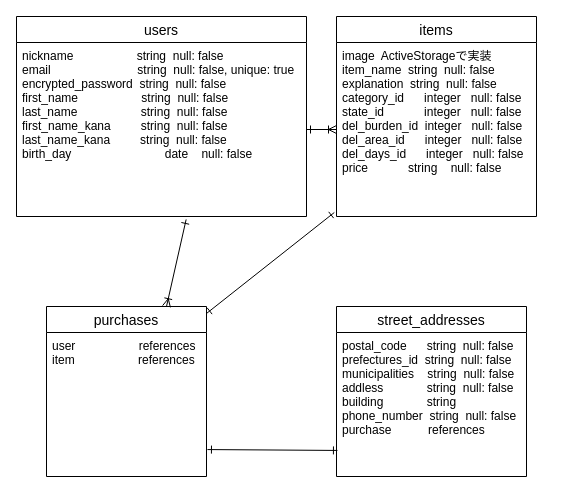
Earlier version of the draw.io diagram er.dio (jun8100359/furima-33532). Source tidied: cells renumbered, new cells numbered last; positions are measured from the earlier drawing's top-left corner, leaving out a move shared by most shapes. Both pictures are drawn from the tidied source at 100%, with x=0, y=0 at pixel (16, 16).
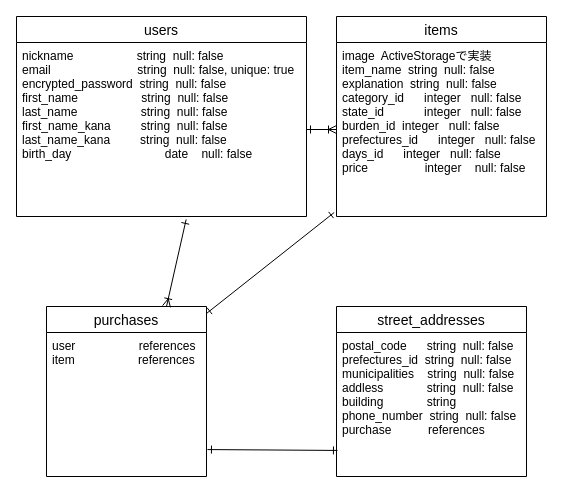
Above is the later version.

The edit, as a diff of the source:
```diff
@@
 <mxGraphModel>
   <root>
     <mxCell id="0" />
     <mxCell id="1" parent="0" />
     <mxCell id="2" value="users" style="swimlane;fontStyle=0;horizontal=1;startSize=26;align=center;fontSize=14;" parent="1" vertex="1">
       <mxGeometry width="290" height="200" as="geometry" />
     </mxCell>
     <mxCell id="3" value="nickname                   string  null: false&#10;email                          string  null: false, unique: true&#10;encrypted_password  string  null: false&#10;first_name                   string  null: false&#10;last_name                   string  null: false&#10;first_name_kana         string  null: false&#10;last_name_kana         string  null: false&#10;birth_day                            date    null: false&#10;" style="text;strokeColor=none;fillColor=none;spacingLeft=4;spacingRight=4;overflow=hidden;points=[[0,0.5],[1,0.5]];portConstraint=eastwest;fontSize=12;" parent="2" vertex="1">
       <mxGeometry y="26" width="290" height="174" as="geometry" />
     </mxCell>
     <mxCell id="4" value="items" style="swimlane;fontStyle=0;horizontal=1;startSize=26;align=center;fontSize=14;" parent="1" vertex="1">
-      <mxGeometry x="320" width="200" height="200" as="geometry" />
+      <mxGeometry x="320" width="210" height="200" as="geometry" />
     </mxCell>
-    <mxCell id="5" value="image  ActiveStorageで実装&#10;item_name  string  null: false&#10;explanation  string  null: false&#10;category_id      integer   null: false&#10;state_id            integer   null: false&#10;del_burden_id  integer   null: false&#10;del_area_id      integer   null: false&#10;del_days_id      integer   null: false&#10;price            string    null: false" style="text;strokeColor=none;fillColor=none;spacingLeft=4;spacingRight=4;overflow=hidden;points=[[0,0.5],[1,0.5]];portConstraint=eastwest;fontSize=12;" parent="4" vertex="1">
-      <mxGeometry y="26" width="200" height="174" as="geometry" />
+    <mxCell id="5" value="image  ActiveStorageで実装&#10;item_name  string  null: false&#10;explanation  string  null: false&#10;category_id      integer   null: false&#10;state_id            integer   null: false&#10;burden_id  integer   null: false&#10;prefectures_id      integer   null: false&#10;days_id      integer   null: false&#10;price                 integer    null: false" style="text;strokeColor=none;fillColor=none;spacingLeft=4;spacingRight=4;overflow=hidden;points=[[0,0.5],[1,0.5]];portConstraint=eastwest;fontSize=12;" parent="4" vertex="1">
+      <mxGeometry y="26" width="210" height="174" as="geometry" />
     </mxCell>
     <mxCell id="6" value="purchases" style="swimlane;fontStyle=0;horizontal=1;startSize=26;align=center;fontSize=14;" parent="1" vertex="1">
       <mxGeometry x="30" y="290" width="160" height="170" as="geometry" />
     </mxCell>
     <mxCell id="7" value="user                   references&#10;item                   references" style="text;strokeColor=none;fillColor=none;spacingLeft=4;spacingRight=4;overflow=hidden;points=[[0,0.5],[1,0.5]];portConstraint=eastwest;fontSize=12;" parent="6" vertex="1">
       <mxGeometry y="26" width="160" height="144" as="geometry" />
     </mxCell>
     <mxCell id="8" value="street_addresses" style="swimlane;fontStyle=0;horizontal=1;startSize=26;align=center;fontSize=14;" parent="1" vertex="1">
       <mxGeometry x="320" y="290" width="190" height="170" as="geometry" />
     </mxCell>
     <mxCell id="9" value="postal_code      string  null: false&#10;prefectures_id  string  null: false&#10;municipalities    string  null: false&#10;addless             string  null: false&#10;building             string &#10;phone_number  string  null: false&#10;purchase           references" style="text;strokeColor=none;fillColor=none;spacingLeft=4;spacingRight=4;overflow=hidden;points=[[0,0.5],[1,0.5]];portConstraint=eastwest;fontSize=12;" parent="8" vertex="1">
       <mxGeometry y="26" width="190" height="144" as="geometry" />
     </mxCell>
     <mxCell id="10" style="edgeStyle=entityRelationEdgeStyle;fontSize=12;html=1;endArrow=ERoneToMany;exitX=1;exitY=0.5;exitDx=0;exitDy=0;entryX=0;entryY=0.5;entryDx=0;entryDy=0;startArrow=ERone;startFill=0;" parent="1" edge="1" source="3" target="5">
       <mxGeometry relative="1" as="geometry" />
     </mxCell>
     <mxCell id="11" style="endArrow=ERone;html=1;rounded=0;exitX=1;exitY=0.041;exitDx=0;exitDy=0;exitPerimeter=0;entryX=-0.011;entryY=0.977;entryDx=0;entryDy=0;entryPerimeter=0;startArrow=ERone;startFill=0;endFill=0;" parent="1" edge="1" source="6" target="5">
       <mxGeometry relative="1" as="geometry" />
     </mxCell>
     <mxCell id="12" style="endArrow=ERone;html=1;rounded=0;exitX=1.006;exitY=0.813;exitDx=0;exitDy=0;exitPerimeter=0;entryX=0.005;entryY=0.819;entryDx=0;entryDy=0;entryPerimeter=0;startArrow=ERone;startFill=0;endFill=0;" parent="1" edge="1" source="7" target="9">
       <mxGeometry relative="1" as="geometry" />
     </mxCell>
     <mxCell id="13" style="endArrow=ERoneToMany;html=1;rounded=0;exitX=0.585;exitY=1.017;exitDx=0;exitDy=0;exitPerimeter=0;entryX=0.75;entryY=0;entryDx=0;entryDy=0;startArrow=ERone;startFill=0;endFill=0;" parent="1" edge="1" source="3" target="6">
       <mxGeometry relative="1" as="geometry" />
     </mxCell>
   </root>
 </mxGraphModel>
```
